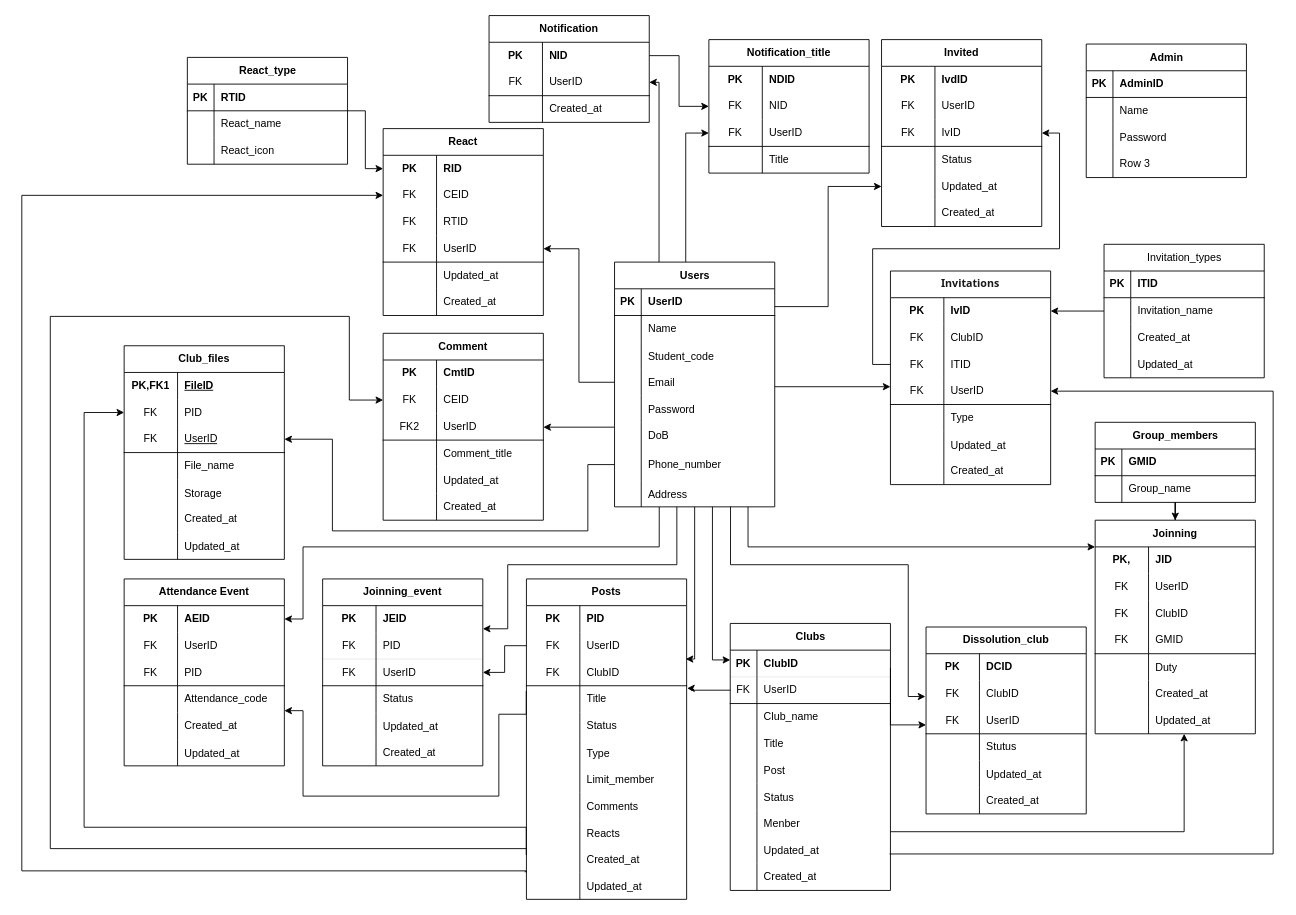
This is page "Database" (14 of 14) of diagram.drawio from ZanhhTrann/finall_project-, a draw.io file, before an edit. Source tidied: cells renumbered, new cells numbered last; positions are measured from the earlier drawing's top-left corner, leaving out a move shared by most shapes. Both pictures are drawn from the tidied source at 89%, with x=0, y=0 at pixel (21, 15).
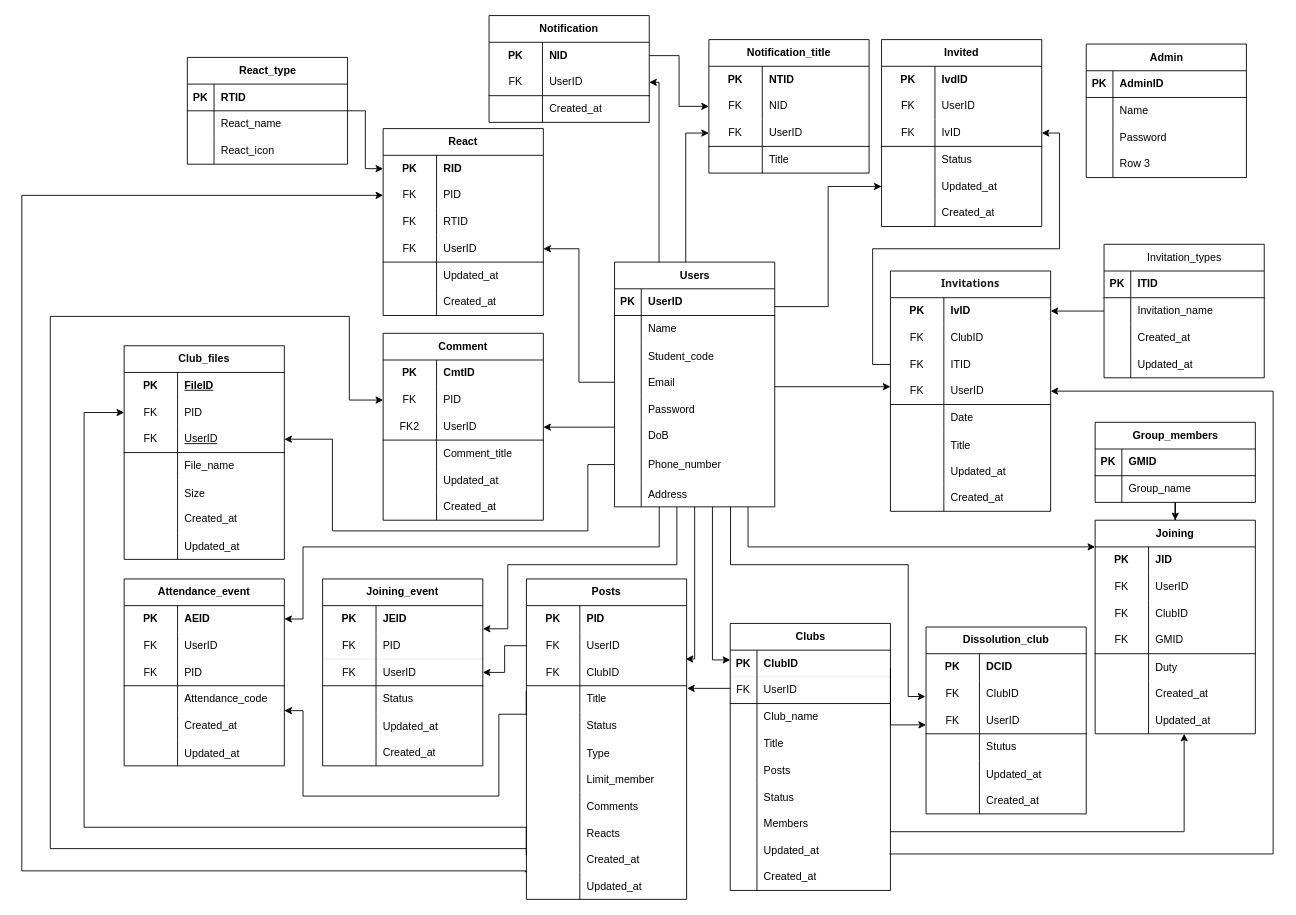
The same page after the edit.

Commit message:
Cập nhật diagram.drawio

Unchanged cells that the change refers to:
```xml
<mxCell id="44" style="shape=tableRow;horizontal=0;startSize=0;swimlaneHead=0;swimlaneBody=0;fillColor=none;points=[[0,0.5],[1,0.5]];portConstraint=eastwest;top=0;left=0;right=0;bottom=1;html=1;swimlaneLine=0;fontStyle=0;" parent="40" vertex="1">
  <mxGeometry y="60" width="180" height="30" as="geometry" />
</mxCell>
<mxCell id="53" style="shape=tableRow;horizontal=0;startSize=0;swimlaneHead=0;swimlaneBody=0;fillColor=none;top=0;left=0;right=0;bottom=0;fontStyle=0;" parent="40" vertex="1">
  <mxGeometry y="150" width="180" height="30" as="geometry" />
</mxCell>
<mxCell id="59" style="shape=tableRow;horizontal=0;startSize=0;swimlaneHead=0;swimlaneBody=0;fillColor=none;top=0;left=0;right=0;bottom=0;html=1;fontStyle=0;" parent="40" vertex="1">
  <mxGeometry y="210" width="180" height="30" as="geometry" />
</mxCell>
<mxCell id="77" style="shape=tableRow;horizontal=0;startSize=0;swimlaneHead=0;swimlaneBody=0;fillColor=none;top=0;left=0;right=0;bottom=0;html=1;fontStyle=0;" parent="76" vertex="1">
  <mxGeometry y="30" width="180" height="30" as="geometry" />
</mxCell>
<mxCell id="105" style="shape=tableRow;horizontal=0;startSize=0;swimlaneHead=0;swimlaneBody=0;fillColor=none;points=[[0,0.5],[1,0.5]];portConstraint=eastwest;top=0;left=0;right=0;bottom=1;html=1;fontStyle=0;" parent="98" vertex="1">
  <mxGeometry y="90" width="180" height="30" as="geometry" />
</mxCell>
<mxCell id="136" style="shape=tableRow;horizontal=0;startSize=0;swimlaneHead=0;swimlaneBody=0;fillColor=none;points=[[0,0.5],[1,0.5]];portConstraint=eastwest;top=0;left=0;right=0;bottom=0;fontStyle=0;" parent="132" vertex="1">
  <mxGeometry y="60" width="180" height="30" as="geometry" />
</mxCell>
<mxCell id="155" style="shape=tableRow;horizontal=0;startSize=0;swimlaneHead=0;swimlaneBody=0;fillColor=none;points=[[0,0.5],[1,0.5]];portConstraint=eastwest;top=0;left=0;right=0;bottom=0;fontStyle=0;" parent="151" vertex="1">
  <mxGeometry y="60" width="180" height="30" as="geometry" />
</mxCell>
<mxCell id="192" style="shape=tableRow;horizontal=0;startSize=0;swimlaneHead=0;swimlaneBody=0;fillColor=none;top=0;left=0;right=0;bottom=0;html=1;fontStyle=0;" parent="191" vertex="1">
  <mxGeometry y="30" width="180" height="30" as="geometry" />
</mxCell>
<mxCell id="236" style="shape=tableRow;horizontal=0;startSize=0;swimlaneHead=0;swimlaneBody=0;fillColor=none;top=0;left=0;right=0;bottom=0;html=1;fontStyle=0;" parent="223" vertex="1">
  <mxGeometry y="150" width="180" height="30" as="geometry" />
</mxCell>
<mxCell id="339" style="shape=tableRow;horizontal=0;startSize=0;swimlaneHead=0;swimlaneBody=0;fillColor=none;top=0;left=0;right=0;bottom=0;html=1;" parent="338" vertex="1">
  <mxGeometry y="30" width="180" height="30" as="geometry" />
</mxCell>
<mxCell id="351" style="shape=tableRow;horizontal=0;startSize=0;swimlaneHead=0;swimlaneBody=0;fillColor=none;top=0;left=0;right=0;bottom=0;" parent="338" vertex="1">
  <mxGeometry y="150" width="180" height="30" as="geometry" />
</mxCell>
```

Change to the diagram source:
```diff
@@
-    <mxCell id="55" value="Post" style="shape=partialRectangle;fillColor=none;top=0;left=0;bottom=0;right=0;align=left;spacingLeft=6;overflow=hidden;fontStyle=0;" parent="53" vertex="1">
+    <mxCell id="55" value="Posts" style="shape=partialRectangle;fillColor=none;top=0;left=0;bottom=0;right=0;align=left;spacingLeft=6;overflow=hidden;fontStyle=0;" parent="53" vertex="1">
       <mxGeometry x="30" width="150" height="30" as="geometry" />
     </mxCell>
@@
-    <mxCell id="61" value="Menber" style="shape=partialRectangle;fillColor=none;top=0;left=0;bottom=0;right=0;align=left;spacingLeft=6;overflow=hidden;html=1;whiteSpace=wrap;fontStyle=0;" parent="59" vertex="1">
+    <mxCell id="61" value="Members" style="shape=partialRectangle;fillColor=none;top=0;left=0;bottom=0;right=0;align=left;spacingLeft=6;overflow=hidden;html=1;whiteSpace=wrap;fontStyle=0;" parent="59" vertex="1">
       <mxGeometry x="30" width="150" height="30" as="geometry" />
     </mxCell>
@@
-    <mxCell id="76" value="&lt;b&gt;Joinning&lt;/b&gt;" style="shape=table;startSize=30;childLayout=tableLayout;rowLines=0;fontStyle=0;align=center;html=1;whiteSpace=wrap;" parent="1" vertex="1">
+    <mxCell id="76" value="&lt;b&gt;Joining&lt;/b&gt;" style="shape=table;startSize=30;childLayout=tableLayout;rowLines=0;fontStyle=0;align=center;html=1;whiteSpace=wrap;" parent="1" vertex="1">
       <mxGeometry x="1206" y="567" width="180" height="240" as="geometry" />
     </mxCell>
@@
-    <mxCell id="78" value="&lt;b&gt;PK,&lt;/b&gt;" style="shape=partialRectangle;fillColor=none;top=0;left=0;bottom=0;right=0;fontStyle=0;overflow=hidden;html=1;whiteSpace=wrap;" parent="77" vertex="1">
+    <mxCell id="78" value="&lt;b&gt;PK&lt;/b&gt;" style="shape=partialRectangle;fillColor=none;top=0;left=0;bottom=0;right=0;fontStyle=0;overflow=hidden;html=1;whiteSpace=wrap;" parent="77" vertex="1">
       <mxGeometry width="60" height="30" as="geometry" />
     </mxCell>
@@
-    <mxCell id="138" value="&lt;span&gt;CEID&lt;/span&gt;" style="shape=partialRectangle;fillColor=none;top=0;left=0;bottom=0;right=0;align=left;spacingLeft=6;fontStyle=0;overflow=hidden;whiteSpace=wrap;html=1;" parent="136" vertex="1">
+    <mxCell id="138" value="&lt;span&gt;PID&lt;/span&gt;" style="shape=partialRectangle;fillColor=none;top=0;left=0;bottom=0;right=0;align=left;spacingLeft=6;fontStyle=0;overflow=hidden;whiteSpace=wrap;html=1;" parent="136" vertex="1">
       <mxGeometry x="60" width="120" height="30" as="geometry" />
     </mxCell>
@@
-    <mxCell id="157" value="&lt;span&gt;CEID&lt;/span&gt;" style="shape=partialRectangle;fillColor=none;top=0;left=0;bottom=0;right=0;align=left;spacingLeft=6;fontStyle=0;overflow=hidden;whiteSpace=wrap;html=1;" parent="155" vertex="1">
+    <mxCell id="157" value="&lt;span&gt;PID&lt;/span&gt;" style="shape=partialRectangle;fillColor=none;top=0;left=0;bottom=0;right=0;align=left;spacingLeft=6;fontStyle=0;overflow=hidden;whiteSpace=wrap;html=1;" parent="155" vertex="1">
       <mxGeometry x="60" width="120" height="30" as="geometry" />
     </mxCell>
@@
-    <mxCell id="194" value="&lt;b&gt;NDID&lt;/b&gt;" style="shape=partialRectangle;fillColor=none;top=0;left=0;bottom=0;right=0;align=left;spacingLeft=6;fontStyle=0;overflow=hidden;html=1;whiteSpace=wrap;" parent="192" vertex="1">
+    <mxCell id="194" value="&lt;b&gt;NTID&lt;/b&gt;" style="shape=partialRectangle;fillColor=none;top=0;left=0;bottom=0;right=0;align=left;spacingLeft=6;fontStyle=0;overflow=hidden;html=1;whiteSpace=wrap;" parent="192" vertex="1">
       <mxGeometry x="60" width="120" height="30" as="geometry" />
     </mxCell>
@@
     <mxCell id="223" value="&lt;span style=&quot;font-family: Söhne, ui-sans-serif, system-ui, -apple-system, &amp;quot;Segoe UI&amp;quot;, Roboto, Ubuntu, Cantarell, &amp;quot;Noto Sans&amp;quot;, sans-serif, &amp;quot;Helvetica Neue&amp;quot;, Arial, &amp;quot;Apple Color Emoji&amp;quot;, &amp;quot;Segoe UI Emoji&amp;quot;, &amp;quot;Segoe UI Symbol&amp;quot;, &amp;quot;Noto Color Emoji&amp;quot;; text-align: start; white-space-collapse: preserve; background-color: rgb(255, 255, 255);&quot;&gt;&lt;font color=&quot;#191919&quot; style=&quot;font-size: 12px;&quot;&gt;&lt;b&gt;Invitations&lt;/b&gt;&lt;/font&gt;&lt;/span&gt;" style="shape=table;startSize=30;childLayout=tableLayout;rowLines=0;fontStyle=0;align=center;html=1;whiteSpace=wrap;" parent="1" vertex="1">
-      <mxGeometry x="976" y="287" width="180" height="240" as="geometry" />
+      <mxGeometry x="976" y="287" width="180" height="270" as="geometry" />
     </mxCell>
@@
-    <mxCell id="238" value="Type" style="shape=partialRectangle;fillColor=none;top=0;left=0;bottom=0;right=0;align=left;spacingLeft=6;overflow=hidden;html=1;whiteSpace=wrap;fontStyle=0;" parent="236" vertex="1">
+    <mxCell id="238" value="Date" style="shape=partialRectangle;fillColor=none;top=0;left=0;bottom=0;right=0;align=left;spacingLeft=6;overflow=hidden;html=1;whiteSpace=wrap;fontStyle=0;" parent="236" vertex="1">
       <mxGeometry x="60" width="120" height="30" as="geometry" />
     </mxCell>
+    <mxCell id="362" style="shape=tableRow;horizontal=0;startSize=0;swimlaneHead=0;swimlaneBody=0;fillColor=none;top=0;left=0;right=0;bottom=0;" parent="223" vertex="1">
+      <mxGeometry y="180" width="180" height="30" as="geometry" />
+    </mxCell>
+    <mxCell id="363" style="shape=partialRectangle;fillColor=none;top=0;left=0;bottom=0;right=0;overflow=hidden;" parent="362" vertex="1">
+      <mxGeometry width="60" height="30" as="geometry" />
+    </mxCell>
+    <mxCell id="364" value="Title" style="shape=partialRectangle;fillColor=none;top=0;left=0;bottom=0;right=0;align=left;spacingLeft=6;overflow=hidden;" parent="362" vertex="1">
+      <mxGeometry x="60" width="120" height="30" as="geometry" />
+    </mxCell>
     <mxCell id="239" style="shape=tableRow;horizontal=0;startSize=0;swimlaneHead=0;swimlaneBody=0;fillColor=none;top=0;left=0;right=0;bottom=0;fontStyle=0;" parent="223" vertex="1">
-      <mxGeometry y="180" width="180" height="30" as="geometry" />
+      <mxGeometry y="210" width="180" height="30" as="geometry" />
     </mxCell>
@@
     <mxCell id="242" style="shape=tableRow;horizontal=0;startSize=0;swimlaneHead=0;swimlaneBody=0;fillColor=none;top=0;left=0;right=0;bottom=0;html=1;fontStyle=0;" parent="223" vertex="1">
-      <mxGeometry y="210" width="180" height="30" as="geometry" />
+      <mxGeometry y="240" width="180" height="30" as="geometry" />
     </mxCell>
@@
-    <mxCell id="245" value="&lt;b&gt;Joinning_event&lt;/b&gt;" style="shape=table;startSize=30;childLayout=tableLayout;rowLines=0;fontStyle=0;align=center;html=1;whiteSpace=wrap;" parent="1" vertex="1">
+    <mxCell id="245" value="&lt;b&gt;Joining_event&lt;/b&gt;" style="shape=table;startSize=30;childLayout=tableLayout;rowLines=0;fontStyle=0;align=center;html=1;whiteSpace=wrap;" parent="1" vertex="1">
       <mxGeometry x="338" y="633" width="180" height="210" as="geometry" />
     </mxCell>
@@
-    <mxCell id="264" value="&lt;b&gt;Attendance Event&lt;/b&gt;" style="shape=table;startSize=30;childLayout=tableLayout;rowLines=0;fontStyle=0;align=center;html=1;whiteSpace=wrap;" parent="1" vertex="1">
+    <mxCell id="264" value="&lt;b&gt;Attendance_event&lt;/b&gt;" style="shape=table;startSize=30;childLayout=tableLayout;rowLines=0;fontStyle=0;align=center;html=1;whiteSpace=wrap;" parent="1" vertex="1">
       <mxGeometry x="115" y="633" width="180" height="210" as="geometry" />
     </mxCell>
@@
     <mxCell id="322" style="edgeStyle=orthogonalEdgeStyle;rounded=0;jettySize=auto;html=1;entryX=1.003;entryY=1.098;entryDx=0;entryDy=0;entryPerimeter=0;" parent="1" edge="1" source="44" target="105">
       <mxGeometry relative="1" as="geometry">
         <Array as="points">
-          <mxPoint x="752" y="758" />
-          <mxPoint x="752" y="756" />
+          <mxPoint x="796" y="756" />
+          <mxPoint x="796" y="756" />
         </Array>
       </mxGeometry>
     </mxCell>
@@
-    <mxCell id="340" value="PK,FK1" style="shape=partialRectangle;fillColor=none;top=0;left=0;bottom=0;right=0;fontStyle=1;overflow=hidden;html=1;whiteSpace=wrap;" parent="339" vertex="1">
+    <mxCell id="340" value="PK" style="shape=partialRectangle;fillColor=none;top=0;left=0;bottom=0;right=0;fontStyle=1;overflow=hidden;html=1;whiteSpace=wrap;" parent="339" vertex="1">
       <mxGeometry width="60" height="30" as="geometry" />
     </mxCell>
@@
-    <mxCell id="353" value="Storage" style="shape=partialRectangle;fillColor=none;top=0;left=0;bottom=0;right=0;align=left;spacingLeft=6;overflow=hidden;" parent="351" vertex="1">
+    <mxCell id="353" value="Size" style="shape=partialRectangle;fillColor=none;top=0;left=0;bottom=0;right=0;align=left;spacingLeft=6;overflow=hidden;" parent="351" vertex="1">
       <mxGeometry x="60" width="120" height="30" as="geometry" />
     </mxCell>
```
